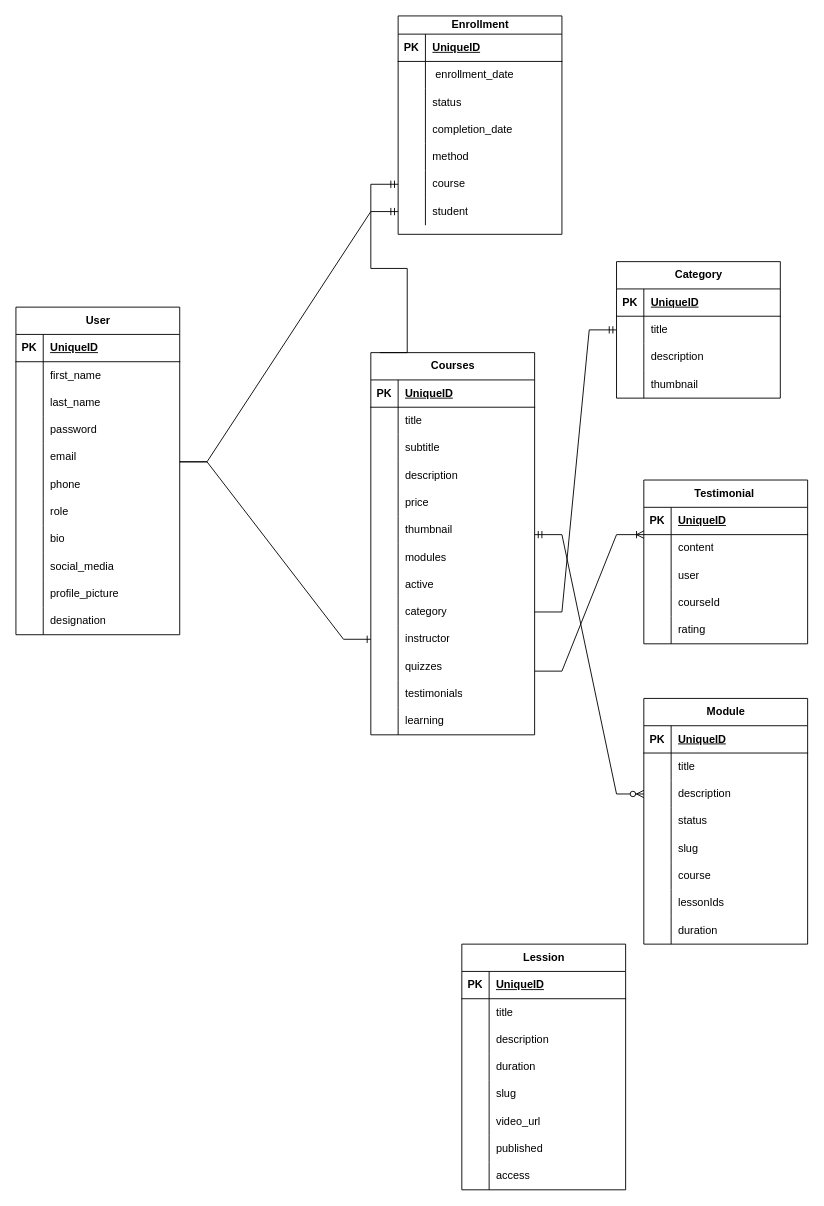
Earlier version of the draw.io diagram page "Database Design" (2 of 5) of diagrams/EduConnect.drawio (TanzimHossain2/EduConnect). Source tidied: cells renumbered, new cells numbered last; positions are measured from the earlier drawing's top-left corner, leaving out a move shared by most shapes. Both pictures are drawn from the tidied source at 91%, with x=0, y=0 at pixel (-48, 15).
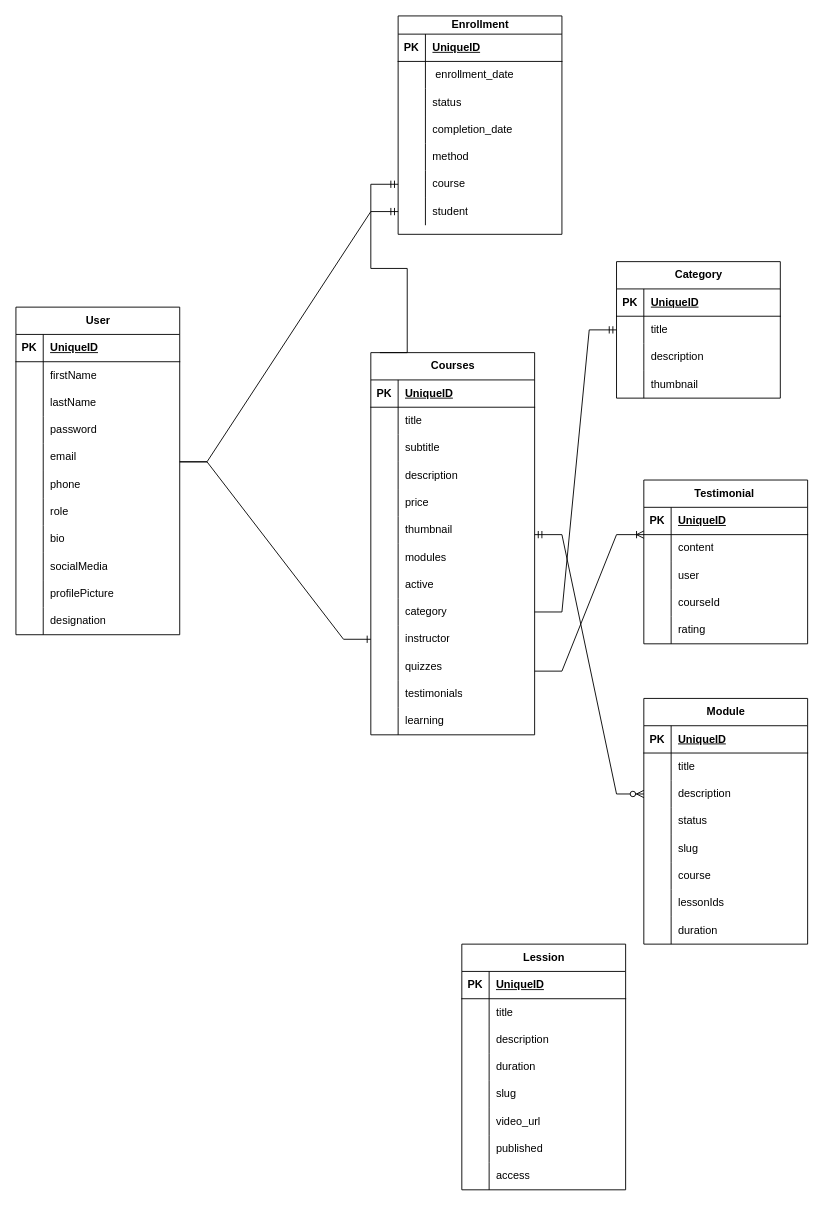
The same page after the edit.

Unchanged cells that the change refers to:
```xml
<mxCell id="59" style="shape=tableRow;horizontal=0;startSize=0;swimlaneHead=0;swimlaneBody=0;fillColor=none;top=0;left=0;right=0;bottom=0;" parent="55" vertex="1">
  <mxGeometry y="60" width="180" height="30" as="geometry" />
</mxCell>
<mxCell id="62" style="shape=tableRow;horizontal=0;startSize=0;swimlaneHead=0;swimlaneBody=0;fillColor=none;top=0;left=0;right=0;bottom=0;" parent="55" vertex="1">
  <mxGeometry y="90" width="180" height="30" as="geometry" />
</mxCell>
<mxCell id="80" style="shape=tableRow;horizontal=0;startSize=0;swimlaneHead=0;swimlaneBody=0;fillColor=none;top=0;left=0;right=0;bottom=0;" parent="55" vertex="1">
  <mxGeometry y="270" width="180" height="30" as="geometry" />
</mxCell>
<mxCell id="83" style="shape=tableRow;horizontal=0;startSize=0;swimlaneHead=0;swimlaneBody=0;fillColor=none;top=0;left=0;right=0;bottom=0;" parent="55" vertex="1">
  <mxGeometry y="300" width="180" height="30" as="geometry" />
</mxCell>
```

The edit, as a diff of the source:
```diff
@@
-    <mxCell id="61" value="first_name" style="shape=partialRectangle;fillColor=none;top=0;left=0;bottom=0;right=0;align=left;spacingLeft=6;overflow=hidden;whiteSpace=wrap;html=1;" parent="59" vertex="1">
+    <mxCell id="61" value="firstName" style="shape=partialRectangle;fillColor=none;top=0;left=0;bottom=0;right=0;align=left;spacingLeft=6;overflow=hidden;whiteSpace=wrap;html=1;" parent="59" vertex="1">
       <mxGeometry x="30" width="150" height="30" as="geometry" />
     </mxCell>
@@
-    <mxCell id="64" value="last_name" style="shape=partialRectangle;fillColor=none;top=0;left=0;bottom=0;right=0;align=left;spacingLeft=6;overflow=hidden;whiteSpace=wrap;html=1;" parent="62" vertex="1">
+    <mxCell id="64" value="lastName" style="shape=partialRectangle;fillColor=none;top=0;left=0;bottom=0;right=0;align=left;spacingLeft=6;overflow=hidden;whiteSpace=wrap;html=1;" parent="62" vertex="1">
       <mxGeometry x="30" width="150" height="30" as="geometry" />
     </mxCell>
@@
-    <mxCell id="82" value="social_media" style="shape=partialRectangle;fillColor=none;top=0;left=0;bottom=0;right=0;align=left;spacingLeft=6;overflow=hidden;whiteSpace=wrap;html=1;" parent="80" vertex="1">
+    <mxCell id="82" value="socialMedia" style="shape=partialRectangle;fillColor=none;top=0;left=0;bottom=0;right=0;align=left;spacingLeft=6;overflow=hidden;whiteSpace=wrap;html=1;" parent="80" vertex="1">
       <mxGeometry x="30" width="150" height="30" as="geometry" />
     </mxCell>
@@
-    <mxCell id="85" value="profile_picture" style="shape=partialRectangle;fillColor=none;top=0;left=0;bottom=0;right=0;align=left;spacingLeft=6;overflow=hidden;whiteSpace=wrap;html=1;" parent="83" vertex="1">
+    <mxCell id="85" value="profilePicture" style="shape=partialRectangle;fillColor=none;top=0;left=0;bottom=0;right=0;align=left;spacingLeft=6;overflow=hidden;whiteSpace=wrap;html=1;" parent="83" vertex="1">
       <mxGeometry x="30" width="150" height="30" as="geometry" />
     </mxCell>
```
